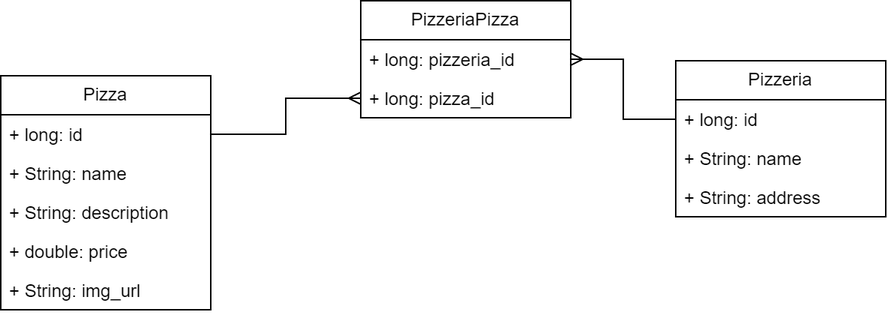
Above: img/ER Diagram.png in krajniy/PizzaService (draw.io), before the change. Source tidied: cells renumbered, new cells last; positions are measured from the earlier drawing's top-left corner, leaving out a move shared by most shapes. Its diagram source:
```xml
<mxGraphModel>
  <root>
    <mxCell id="0" />
    <mxCell id="1" parent="0" />
    <mxCell id="2" value="Pizza" style="swimlane;fontStyle=0;horizontal=1;startSize=26;fillColor=none;whiteSpace=wrap;html=1;" parent="1" vertex="1">
      <mxGeometry y="50" width="140" height="156" as="geometry" />
    </mxCell>
    <mxCell id="3" value="+ long: id" style="text;strokeColor=none;fillColor=none;align=left;verticalAlign=top;spacingLeft=4;spacingRight=4;overflow=hidden;points=[[0,0.5],[1,0.5]];portConstraint=eastwest;whiteSpace=wrap;html=1;" parent="2" vertex="1">
      <mxGeometry y="26" width="140" height="26" as="geometry" />
    </mxCell>
    <mxCell id="4" value="+ String: name" style="text;strokeColor=none;fillColor=none;align=left;verticalAlign=top;spacingLeft=4;spacingRight=4;overflow=hidden;whiteSpace=wrap;html=1;" parent="2" vertex="1">
      <mxGeometry y="52" width="140" height="26" as="geometry" />
    </mxCell>
    <mxCell id="5" value="+ String: description" style="text;strokeColor=none;fillColor=none;align=left;verticalAlign=top;spacingLeft=4;spacingRight=4;overflow=hidden;whiteSpace=wrap;html=1;" parent="2" vertex="1">
      <mxGeometry y="78" width="140" height="26" as="geometry" />
    </mxCell>
    <mxCell id="6" value="+ double: price" style="text;strokeColor=none;fillColor=none;align=left;verticalAlign=top;spacingLeft=4;spacingRight=4;overflow=hidden;whiteSpace=wrap;html=1;" parent="2" vertex="1">
      <mxGeometry y="104" width="140" height="26" as="geometry" />
    </mxCell>
    <mxCell id="7" value="+ String: img_url" style="text;strokeColor=none;fillColor=none;align=left;verticalAlign=top;spacingLeft=4;spacingRight=4;overflow=hidden;whiteSpace=wrap;html=1;" parent="2" vertex="1">
      <mxGeometry y="130" width="140" height="26" as="geometry" />
    </mxCell>
    <mxCell id="8" value="Pizzeria" style="swimlane;fontStyle=0;horizontal=1;startSize=26;fillColor=none;whiteSpace=wrap;html=1;" parent="1" vertex="1">
      <mxGeometry x="450" y="40" width="140" height="104" as="geometry" />
    </mxCell>
    <mxCell id="9" value="+ long: id" style="text;strokeColor=none;fillColor=none;align=left;verticalAlign=top;spacingLeft=4;spacingRight=4;overflow=hidden;points=[[0,0.5],[1,0.5]];portConstraint=eastwest;whiteSpace=wrap;html=1;" parent="8" vertex="1">
      <mxGeometry y="26" width="140" height="26" as="geometry" />
    </mxCell>
    <mxCell id="10" value="+ String: name" style="text;strokeColor=none;fillColor=none;align=left;verticalAlign=top;spacingLeft=4;spacingRight=4;overflow=hidden;whiteSpace=wrap;html=1;" parent="8" vertex="1">
      <mxGeometry y="52" width="140" height="26" as="geometry" />
    </mxCell>
    <mxCell id="11" value="+ String: address" style="text;strokeColor=none;fillColor=none;align=left;verticalAlign=top;spacingLeft=4;spacingRight=4;overflow=hidden;whiteSpace=wrap;html=1;" parent="8" vertex="1">
      <mxGeometry y="78" width="140" height="26" as="geometry" />
    </mxCell>
    <mxCell id="12" value="PizzeriaPizza" style="swimlane;fontStyle=0;horizontal=1;startSize=26;fillColor=none;whiteSpace=wrap;html=1;" parent="1" vertex="1">
      <mxGeometry x="240" width="140" height="78" as="geometry" />
    </mxCell>
    <mxCell id="13" value="+ long: pizzeria_id" style="text;strokeColor=none;fillColor=none;align=left;verticalAlign=top;spacingLeft=4;spacingRight=4;overflow=hidden;points=[[0,0.5],[1,0.5]];portConstraint=eastwest;whiteSpace=wrap;html=1;" parent="12" vertex="1">
      <mxGeometry y="26" width="140" height="26" as="geometry" />
    </mxCell>
    <mxCell id="14" value="+ long: pizza_id" style="text;strokeColor=none;fillColor=none;align=left;verticalAlign=top;spacingLeft=4;spacingRight=4;overflow=hidden;points=[[0,0.5],[1,0.5]];portConstraint=eastwest;whiteSpace=wrap;html=1;" parent="12" vertex="1">
      <mxGeometry y="52" width="140" height="26" as="geometry" />
    </mxCell>
    <mxCell id="15" style="edgeStyle=orthogonalEdgeStyle;rounded=0;jettySize=auto;html=1;endArrow=ERmany;endFill=0;" parent="1" edge="1" source="3" target="14">
      <mxGeometry relative="1" as="geometry" />
    </mxCell>
    <mxCell id="16" style="edgeStyle=orthogonalEdgeStyle;rounded=0;jettySize=auto;html=1;entryX=1;entryY=0.5;entryDx=0;entryDy=0;endArrow=ERmany;endFill=0;" parent="1" edge="1" source="9" target="13">
      <mxGeometry relative="1" as="geometry" />
    </mxCell>
  </root>
</mxGraphModel>
```
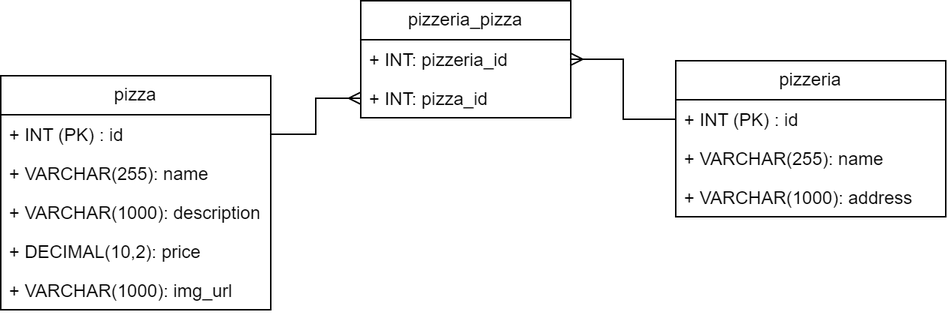
The same file after the commit.

Change to the diagram source:
```diff
@@ -2,43 +2,43 @@
   <root>
     <mxCell id="0" />
     <mxCell id="1" parent="0" />
-    <mxCell id="2" value="Pizza" style="swimlane;fontStyle=0;horizontal=1;startSize=26;fillColor=none;whiteSpace=wrap;html=1;" parent="1" vertex="1">
-      <mxGeometry y="50" width="140" height="156" as="geometry" />
+    <mxCell id="2" value="pizza" style="swimlane;fontStyle=0;horizontal=1;startSize=26;fillColor=none;whiteSpace=wrap;html=1;" parent="1" vertex="1">
+      <mxGeometry y="50" width="180" height="156" as="geometry" />
     </mxCell>
-    <mxCell id="3" value="+ long: id" style="text;strokeColor=none;fillColor=none;align=left;verticalAlign=top;spacingLeft=4;spacingRight=4;overflow=hidden;points=[[0,0.5],[1,0.5]];portConstraint=eastwest;whiteSpace=wrap;html=1;" parent="2" vertex="1">
-      <mxGeometry y="26" width="140" height="26" as="geometry" />
+    <mxCell id="3" value="+ INT (PK) : id" style="text;strokeColor=none;fillColor=none;align=left;verticalAlign=top;spacingLeft=4;spacingRight=4;overflow=hidden;points=[[0,0.5],[1,0.5]];portConstraint=eastwest;whiteSpace=wrap;html=1;" parent="2" vertex="1">
+      <mxGeometry y="26" width="180" height="26" as="geometry" />
     </mxCell>
-    <mxCell id="4" value="+ String: name" style="text;strokeColor=none;fillColor=none;align=left;verticalAlign=top;spacingLeft=4;spacingRight=4;overflow=hidden;whiteSpace=wrap;html=1;" parent="2" vertex="1">
-      <mxGeometry y="52" width="140" height="26" as="geometry" />
+    <mxCell id="4" value="+ VARCHAR(255): name" style="text;strokeColor=none;fillColor=none;align=left;verticalAlign=top;spacingLeft=4;spacingRight=4;overflow=hidden;whiteSpace=wrap;html=1;" parent="2" vertex="1">
+      <mxGeometry y="52" width="180" height="26" as="geometry" />
     </mxCell>
-    <mxCell id="5" value="+ String: description" style="text;strokeColor=none;fillColor=none;align=left;verticalAlign=top;spacingLeft=4;spacingRight=4;overflow=hidden;whiteSpace=wrap;html=1;" parent="2" vertex="1">
-      <mxGeometry y="78" width="140" height="26" as="geometry" />
+    <mxCell id="5" value="+ VARCHAR(1000): description" style="text;strokeColor=none;fillColor=none;align=left;verticalAlign=top;spacingLeft=4;spacingRight=4;overflow=hidden;whiteSpace=wrap;html=1;" parent="2" vertex="1">
+      <mxGeometry y="78" width="180" height="26" as="geometry" />
     </mxCell>
-    <mxCell id="6" value="+ double: price" style="text;strokeColor=none;fillColor=none;align=left;verticalAlign=top;spacingLeft=4;spacingRight=4;overflow=hidden;whiteSpace=wrap;html=1;" parent="2" vertex="1">
-      <mxGeometry y="104" width="140" height="26" as="geometry" />
+    <mxCell id="6" value="+ DECIMAL(10,2): price" style="text;strokeColor=none;fillColor=none;align=left;verticalAlign=top;spacingLeft=4;spacingRight=4;overflow=hidden;whiteSpace=wrap;html=1;" parent="2" vertex="1">
+      <mxGeometry y="104" width="180" height="26" as="geometry" />
     </mxCell>
-    <mxCell id="7" value="+ String: img_url" style="text;strokeColor=none;fillColor=none;align=left;verticalAlign=top;spacingLeft=4;spacingRight=4;overflow=hidden;whiteSpace=wrap;html=1;" parent="2" vertex="1">
-      <mxGeometry y="130" width="140" height="26" as="geometry" />
+    <mxCell id="7" value="+ VARCHAR(1000): img_url" style="text;strokeColor=none;fillColor=none;align=left;verticalAlign=top;spacingLeft=4;spacingRight=4;overflow=hidden;whiteSpace=wrap;html=1;" parent="2" vertex="1">
+      <mxGeometry y="130" width="180" height="26" as="geometry" />
     </mxCell>
-    <mxCell id="8" value="Pizzeria" style="swimlane;fontStyle=0;horizontal=1;startSize=26;fillColor=none;whiteSpace=wrap;html=1;" parent="1" vertex="1">
-      <mxGeometry x="450" y="40" width="140" height="104" as="geometry" />
+    <mxCell id="8" value="pizzeria" style="swimlane;fontStyle=0;horizontal=1;startSize=26;fillColor=none;whiteSpace=wrap;html=1;" parent="1" vertex="1">
+      <mxGeometry x="450" y="40" width="180" height="104" as="geometry" />
     </mxCell>
-    <mxCell id="9" value="+ long: id" style="text;strokeColor=none;fillColor=none;align=left;verticalAlign=top;spacingLeft=4;spacingRight=4;overflow=hidden;points=[[0,0.5],[1,0.5]];portConstraint=eastwest;whiteSpace=wrap;html=1;" parent="8" vertex="1">
-      <mxGeometry y="26" width="140" height="26" as="geometry" />
+    <mxCell id="9" value="+ INT (PK) : id" style="text;strokeColor=none;fillColor=none;align=left;verticalAlign=top;spacingLeft=4;spacingRight=4;overflow=hidden;points=[[0,0.5],[1,0.5]];portConstraint=eastwest;whiteSpace=wrap;html=1;" parent="8" vertex="1">
+      <mxGeometry y="26" width="180" height="26" as="geometry" />
     </mxCell>
-    <mxCell id="10" value="+ String: name" style="text;strokeColor=none;fillColor=none;align=left;verticalAlign=top;spacingLeft=4;spacingRight=4;overflow=hidden;whiteSpace=wrap;html=1;" parent="8" vertex="1">
-      <mxGeometry y="52" width="140" height="26" as="geometry" />
+    <mxCell id="10" value="+ VARCHAR(255): name" style="text;strokeColor=none;fillColor=none;align=left;verticalAlign=top;spacingLeft=4;spacingRight=4;overflow=hidden;whiteSpace=wrap;html=1;" parent="8" vertex="1">
+      <mxGeometry y="52" width="180" height="26" as="geometry" />
     </mxCell>
-    <mxCell id="11" value="+ String: address" style="text;strokeColor=none;fillColor=none;align=left;verticalAlign=top;spacingLeft=4;spacingRight=4;overflow=hidden;whiteSpace=wrap;html=1;" parent="8" vertex="1">
-      <mxGeometry y="78" width="140" height="26" as="geometry" />
+    <mxCell id="11" value="+ VARCHAR(1000): address" style="text;strokeColor=none;fillColor=none;align=left;verticalAlign=top;spacingLeft=4;spacingRight=4;overflow=hidden;whiteSpace=wrap;html=1;" parent="8" vertex="1">
+      <mxGeometry y="78" width="180" height="26" as="geometry" />
     </mxCell>
-    <mxCell id="12" value="PizzeriaPizza" style="swimlane;fontStyle=0;horizontal=1;startSize=26;fillColor=none;whiteSpace=wrap;html=1;" parent="1" vertex="1">
+    <mxCell id="12" value="pizzeria_pizza" style="swimlane;fontStyle=0;horizontal=1;startSize=26;fillColor=none;whiteSpace=wrap;html=1;" parent="1" vertex="1">
       <mxGeometry x="240" width="140" height="78" as="geometry" />
     </mxCell>
-    <mxCell id="13" value="+ long: pizzeria_id" style="text;strokeColor=none;fillColor=none;align=left;verticalAlign=top;spacingLeft=4;spacingRight=4;overflow=hidden;points=[[0,0.5],[1,0.5]];portConstraint=eastwest;whiteSpace=wrap;html=1;" parent="12" vertex="1">
+    <mxCell id="13" value="+ INT: pizzeria_id" style="text;strokeColor=none;fillColor=none;align=left;verticalAlign=top;spacingLeft=4;spacingRight=4;overflow=hidden;points=[[0,0.5],[1,0.5]];portConstraint=eastwest;whiteSpace=wrap;html=1;" parent="12" vertex="1">
       <mxGeometry y="26" width="140" height="26" as="geometry" />
     </mxCell>
-    <mxCell id="14" value="+ long: pizza_id" style="text;strokeColor=none;fillColor=none;align=left;verticalAlign=top;spacingLeft=4;spacingRight=4;overflow=hidden;points=[[0,0.5],[1,0.5]];portConstraint=eastwest;whiteSpace=wrap;html=1;" parent="12" vertex="1">
+    <mxCell id="14" value="+ INT: pizza_id" style="text;strokeColor=none;fillColor=none;align=left;verticalAlign=top;spacingLeft=4;spacingRight=4;overflow=hidden;points=[[0,0.5],[1,0.5]];portConstraint=eastwest;whiteSpace=wrap;html=1;" parent="12" vertex="1">
       <mxGeometry y="52" width="140" height="26" as="geometry" />
     </mxCell>
     <mxCell id="15" style="edgeStyle=orthogonalEdgeStyle;rounded=0;jettySize=auto;html=1;endArrow=ERmany;endFill=0;" parent="1" edge="1" source="3" target="14">
```
